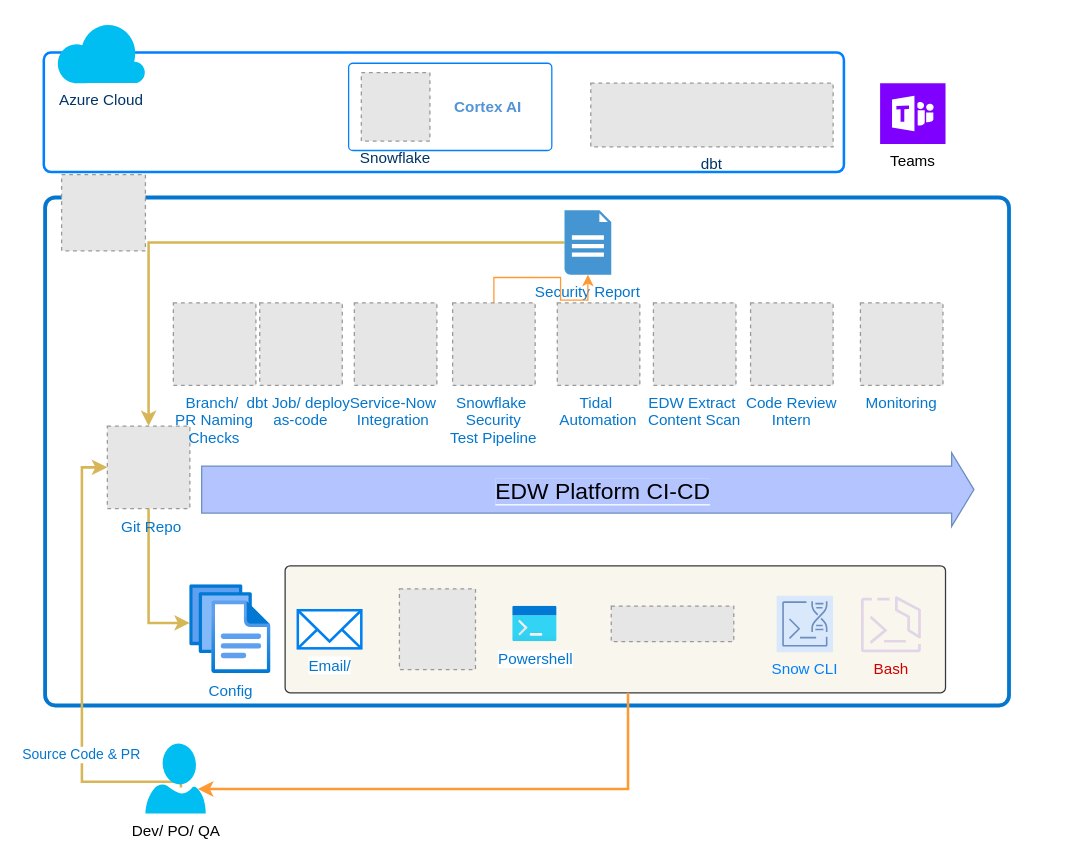
The draw.io diagram AzureDevOpsAutomations.drawio in jijeeshme/diagrams, before the edit. Source tidied: cells renumbered, new cells numbered last; positions are measured from the earlier drawing's top-left corner, leaving out a move shared by most shapes. Both pictures are drawn from the tidied source at 127%, with x=0, y=0 at pixel (43, 22). Pictures stored in the file or linked from it are replaced by grey dashed boxes.
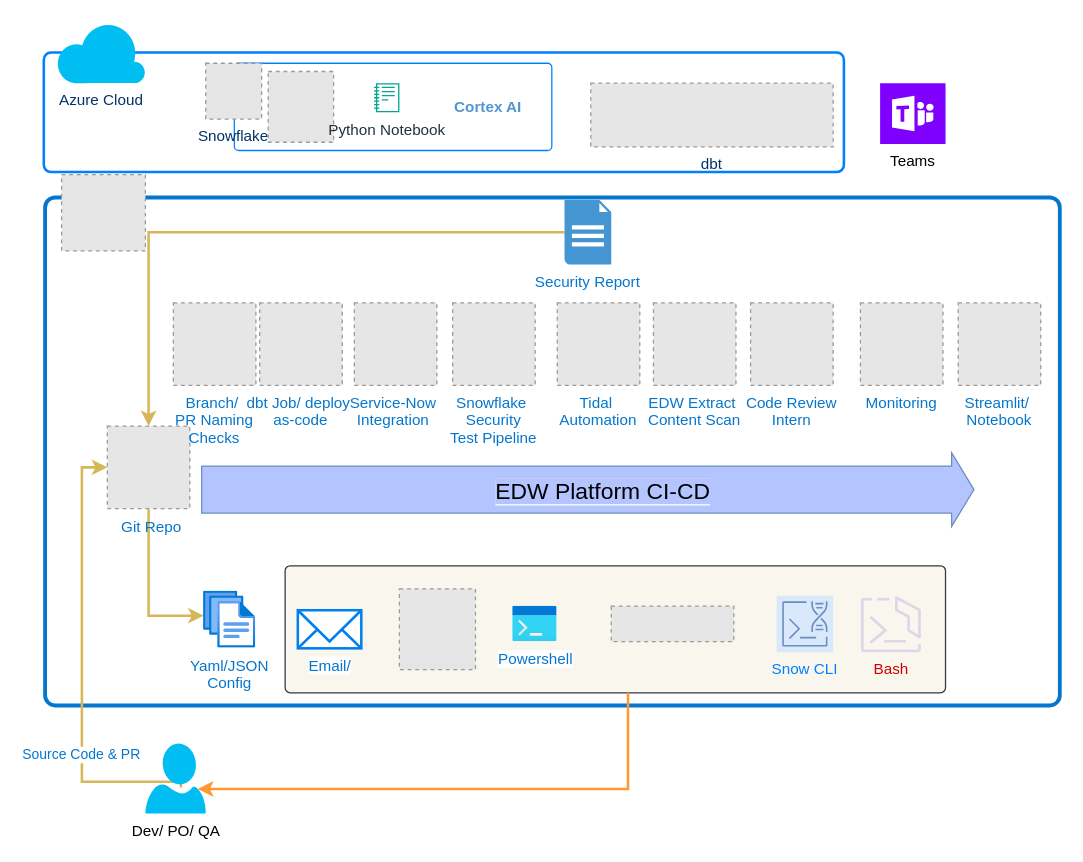
Above is the later version.

The change refers to these unchanged cells:
```xml
<mxCell id="24" value="Snowflake &#10;Security &#10;Test Pipeline" style="fillColor=#E6E6E6;strokeColor=#999999;dashed=1;verticalLabelPosition=bottom;verticalAlign=top;fontColor=#0476CD;" parent="1" vertex="1">
  <mxGeometry x="321.9" y="221" width="65" height="65" as="geometry" />
</mxCell>
```

What changed in the source:
```diff
@@
+    <mxCell id="3" style="rounded=1;whiteSpace=wrap;html=1;fillColor=none;arcSize=6;strokeColor=#007FFF;strokeWidth=2;" parent="1" vertex="1">
+      <mxGeometry y="23.8" width="630" height="94.2" as="geometry" />
+    </mxCell>
     <mxCell id="2" style="rounded=1;whiteSpace=wrap;html=1;fillColor=none;strokeColor=#007FFF;arcSize=5;" parent="1" vertex="1">
-      <mxGeometry x="240" y="32.3" width="160" height="68.7" as="geometry" />
+      <mxGeometry x="150" y="32.3" width="250" height="68.7" as="geometry" />
     </mxCell>
-    <mxCell id="3" style="rounded=1;whiteSpace=wrap;html=1;fillColor=none;arcSize=6;strokeColor=#007FFF;strokeWidth=2;" parent="1" vertex="1">
-      <mxGeometry y="23.8" width="630" height="94.2" as="geometry" />
-    </mxCell>
     <mxCell id="4" style="rounded=1;whiteSpace=wrap;html=1;fillColor=none;arcSize=2;strokeColor=#0476CD;strokeWidth=3;" parent="1" vertex="1">
-      <mxGeometry x="1" y="138" width="759" height="400" as="geometry" />
+      <mxGeometry x="1" y="138" width="799" height="400" as="geometry" />
     </mxCell>
@@
-    <mxCell id="14" value="&lt;font color=&quot;#0476cd&quot;&gt;Config&lt;/font&gt;" style="image;html=1;points=[];align=center;fontSize=12;image=img/lib/azure2/general/Files.svg;" parent="1" vertex="1">
-      <mxGeometry x="115" y="443" width="64" height="70" as="geometry" />
+    <mxCell id="14" value="&lt;font color=&quot;#0476cd&quot;&gt;Yaml/JSON&lt;/font&gt;&lt;div&gt;&lt;font color=&quot;#0476cd&quot;&gt;Config&lt;/font&gt;&lt;/div&gt;" style="image;html=1;points=[];align=center;fontSize=12;image=img/lib/azure2/general/Files.svg;" parent="1" vertex="1">
+      <mxGeometry x="125.9" y="448" width="41.1" height="45" as="geometry" />
     </mxCell>
     <mxCell id="15" value="Snowflake" style="fillColor=#E6E6E6;strokeColor=#999999;dashed=1;verticalLabelPosition=bottom;verticalAlign=top;fontColor=#003366;" parent="1" vertex="1">
-      <mxGeometry x="250" y="39.6" width="54" height="54" as="geometry" />
+      <mxGeometry x="127.5" y="32.3" width="44" height="44" as="geometry" />
     </mxCell>
@@
     <mxCell id="20" value="&lt;font color=&quot;#0476cd&quot;&gt;Security Report&lt;/font&gt;" style="shadow=0;dashed=0;html=1;strokeColor=none;fillColor=#4495D1;labelPosition=center;verticalLabelPosition=bottom;verticalAlign=top;align=center;outlineConnect=0;shape=mxgraph.veeam.2d.report;" parent="1" vertex="1">
-      <mxGeometry x="410" y="148" width="36.8" height="50.8" as="geometry" />
+      <mxGeometry x="410" y="140" width="36.8" height="50.8" as="geometry" />
     </mxCell>
@@
-    <mxCell id="23" style="edgeStyle=orthogonalEdgeStyle;rounded=0;jettySize=auto;html=1;strokeColor=#FF9933;exitX=0.5;exitY=0;exitDx=0;exitDy=0;" parent="1" edge="1" source="24" target="20">
-      <mxGeometry relative="1" as="geometry" />
-    </mxCell>
@@
+    <mxCell id="39" style="fillColor=#E6E6E6;strokeColor=#999999;dashed=1;verticalLabelPosition=bottom;verticalAlign=top;" parent="1" vertex="1">
+      <mxGeometry x="176.7" y="38.8" width="51.5" height="55.7" as="geometry" />
+    </mxCell>
+    <mxCell id="40" value="Python Notebook" style="sketch=0;fontColor=#232F3E;gradientColor=none;fillColor=#01A88D;strokeColor=none;dashed=0;verticalLabelPosition=bottom;verticalAlign=top;align=center;html=1;fontSize=12;fontStyle=0;shape=mxgraph.aws4.sagemaker_notebook;" parent="1" vertex="1">
+      <mxGeometry x="260" y="48" width="20" height="22.9" as="geometry" />
+    </mxCell>
+    <mxCell id="41" value="Streamlit/ &#10;Notebook" style="fillColor=#E6E6E6;strokeColor=#999999;dashed=1;verticalLabelPosition=bottom;verticalAlign=top;fontColor=#0476CD;" parent="1" vertex="1">
+      <mxGeometry x="720" y="221" width="65" height="65" as="geometry" />
+    </mxCell>
```
